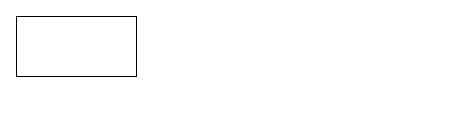
lychee8253/draw.io keeps this draw.io diagram as synp_spec.drawio. Above is the earlier version. Source tidied: cells renumbered, new cells numbered last; positions are measured from the earlier drawing's top-left corner, leaving out a move shared by most shapes. Both pictures are drawn from the tidied source at 100%, with x=0, y=0 at pixel (16, 16).
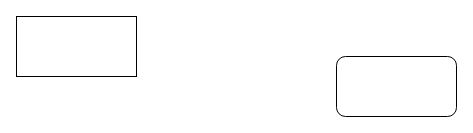
After the change.

What changed in the source:
```diff
@@
 <mxGraphModel>
   <root>
     <mxCell id="0" />
     <mxCell id="1" parent="0" />
     <mxCell id="2" style="rounded=0;whiteSpace=wrap;html=1;" parent="1" vertex="1">
       <mxGeometry width="120" height="60" as="geometry" />
     </mxCell>
+    <mxCell id="3" style="rounded=1;whiteSpace=wrap;html=1;" parent="1" vertex="1">
+      <mxGeometry x="320" y="40" width="120" height="60" as="geometry" />
+    </mxCell>
   </root>
 </mxGraphModel>
```
